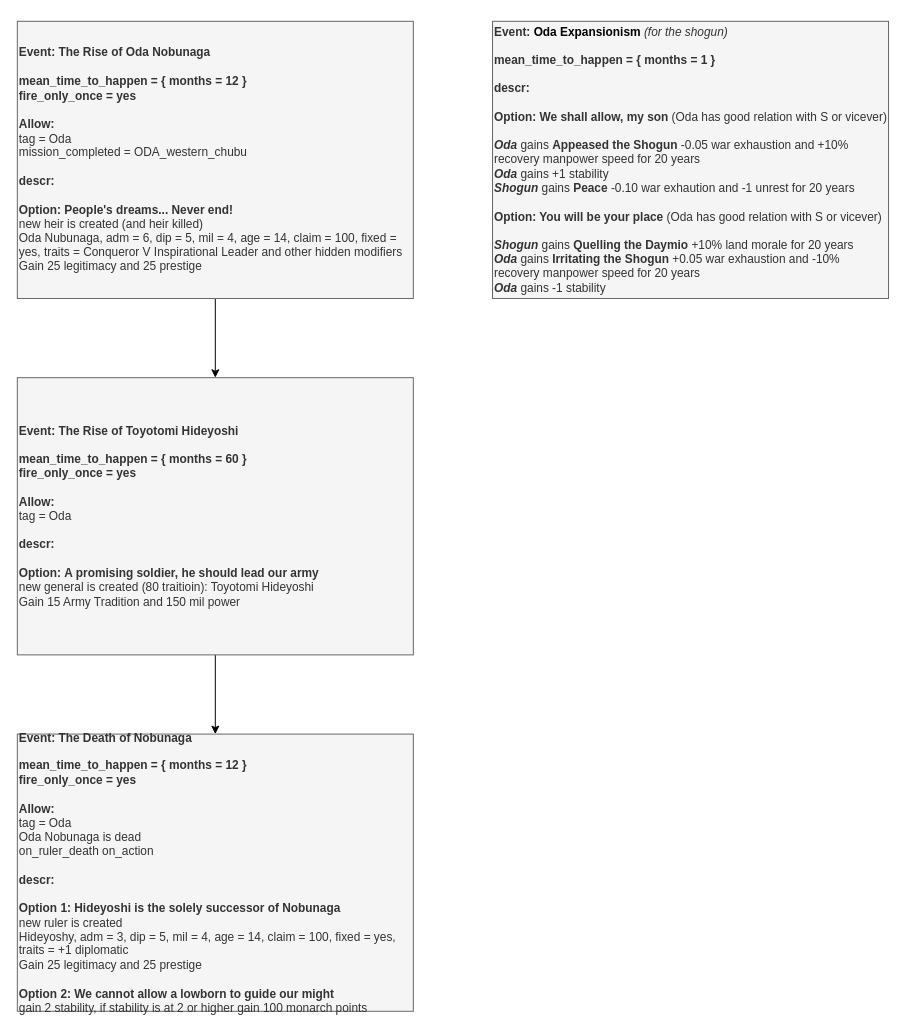
This is page "Events" (2 of 2) of Oda/Oda 0.6.drawio from Melvasul/Missions-Expanded, a draw.io file, before an edit. Source tidied: cells renumbered, new cells numbered last; positions are measured from the earlier drawing's top-left corner, leaving out a move shared by most shapes. Both pictures are drawn from the tidied source at 99%, with x=0, y=0 at pixel (17, 21).
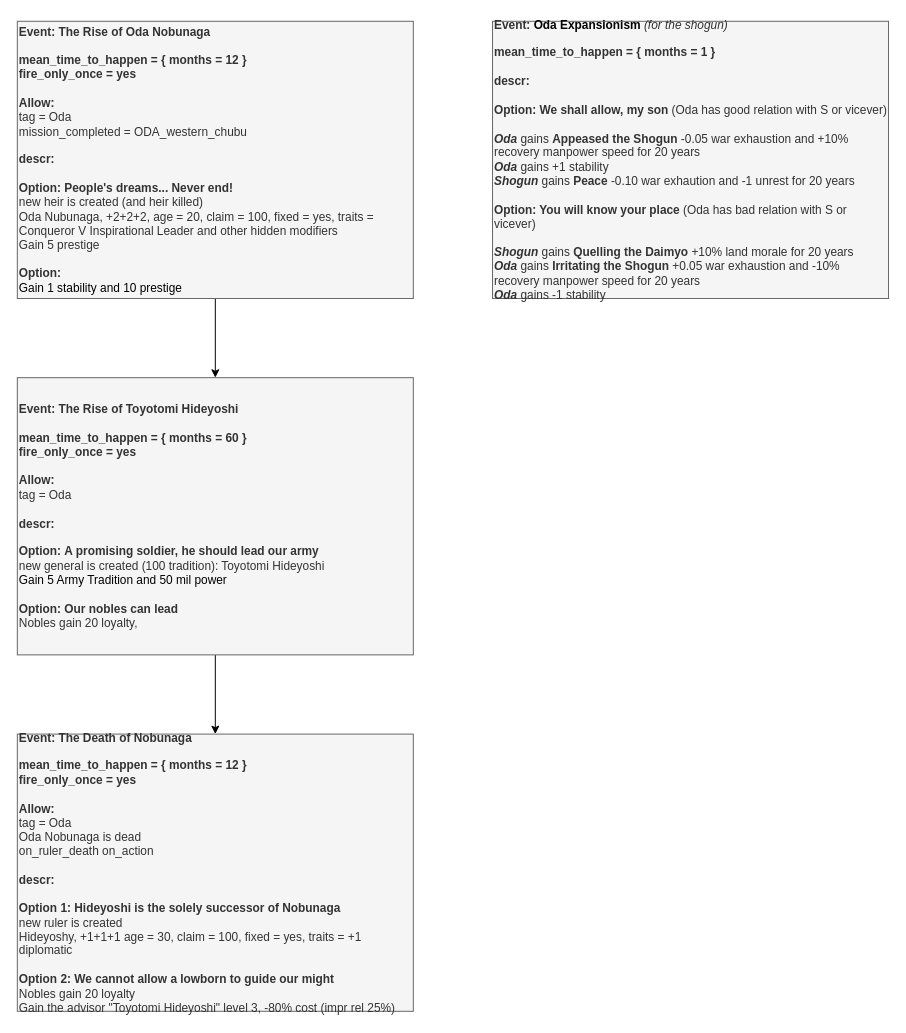
The same page after the edit.

The edit, as a diff of the source:
```diff
@@
 <mxGraphModel>
   <root>
     <mxCell id="0" />
     <mxCell id="1" parent="0" />
     <mxCell id="2" style="edgeStyle=orthogonalEdgeStyle;rounded=1;jettySize=auto;html=1;" parent="1" edge="1" source="3" target="6">
       <mxGeometry relative="1" as="geometry" />
     </mxCell>
-    <mxCell id="3" value="&lt;div&gt;&lt;b&gt;Event: The Rise of Oda Nobunaga&lt;/b&gt;&lt;/div&gt;&lt;div&gt;&lt;b&gt;&lt;br&gt;&lt;/b&gt;&lt;/div&gt;&lt;div&gt;&lt;b&gt;mean_time_to_happen = {&amp;nbsp;&lt;/b&gt;&lt;b&gt;months = 12&amp;nbsp;&lt;/b&gt;&lt;b&gt;&lt;span&gt;}&lt;/span&gt;&lt;/b&gt;&lt;/div&gt;&lt;div&gt;&lt;b&gt;fire_only_once = yes&lt;/b&gt;&lt;br&gt;&lt;/div&gt;&lt;div&gt;&lt;b&gt;&lt;br&gt;&lt;/b&gt;&lt;/div&gt;&lt;div&gt;&lt;b&gt;Allow:&lt;/b&gt;&lt;/div&gt;&lt;div&gt;tag = Oda&lt;/div&gt;&lt;div&gt;mission_completed = ODA_western_chubu&lt;/div&gt;&lt;div&gt;&lt;b&gt;&lt;br&gt;descr:&lt;/b&gt;&lt;/div&gt;&lt;div&gt;&lt;div align=&quot;left&quot;&gt;&lt;br&gt;&lt;/div&gt;&lt;div align=&quot;left&quot;&gt;&lt;b&gt;Option:&amp;nbsp;&lt;/b&gt;&lt;span&gt;&lt;b&gt;People's dreams... Never end!&lt;/b&gt;&lt;/span&gt;&lt;/div&gt;&lt;/div&gt;&lt;div align=&quot;left&quot;&gt;new heir is created (and heir killed)&lt;/div&gt;&lt;div align=&quot;left&quot;&gt;Oda Nubunaga, adm = 6, dip = 5, mil = 4, age = 14, claim = 100, fixed = yes, traits = Conqueror V Inspirational Leader and other hidden modifiers&lt;/div&gt;&lt;div align=&quot;left&quot;&gt;Gain 25 legitimacy and 25 prestige&lt;/div&gt;" style="rounded=0;whiteSpace=wrap;html=1;align=left;fillColor=#f5f5f5;strokeColor=#666666;fontColor=#333333;" parent="1" vertex="1">
+    <mxCell id="3" value="&lt;div&gt;&lt;b&gt;Event: The Rise of Oda Nobunaga&lt;/b&gt;&lt;/div&gt;&lt;div&gt;&lt;b&gt;&lt;br&gt;&lt;/b&gt;&lt;/div&gt;&lt;div&gt;&lt;b&gt;mean_time_to_happen = {&amp;nbsp;&lt;/b&gt;&lt;b&gt;months = 12&amp;nbsp;&lt;/b&gt;&lt;b&gt;&lt;span&gt;}&lt;/span&gt;&lt;/b&gt;&lt;/div&gt;&lt;div&gt;&lt;b&gt;fire_only_once = yes&lt;/b&gt;&lt;br&gt;&lt;/div&gt;&lt;div&gt;&lt;b&gt;&lt;br&gt;&lt;/b&gt;&lt;/div&gt;&lt;div&gt;&lt;b&gt;Allow:&lt;/b&gt;&lt;/div&gt;&lt;div&gt;tag = Oda&lt;/div&gt;&lt;div&gt;mission_completed = ODA_western_chubu&lt;/div&gt;&lt;div&gt;&lt;b&gt;&lt;br&gt;descr:&lt;/b&gt;&lt;/div&gt;&lt;div&gt;&lt;div align=&quot;left&quot;&gt;&lt;br&gt;&lt;/div&gt;&lt;div align=&quot;left&quot;&gt;&lt;b&gt;Option:&amp;nbsp;&lt;/b&gt;&lt;span&gt;&lt;b&gt;People's dreams... Never end!&lt;/b&gt;&lt;/span&gt;&lt;/div&gt;&lt;/div&gt;&lt;div align=&quot;left&quot;&gt;new heir is created (and heir killed)&lt;/div&gt;&lt;div align=&quot;left&quot;&gt;Oda Nubunaga, +2+2+2, age = 20, claim = 100, fixed = yes, traits = Conqueror V Inspirational Leader and other hidden modifiers&lt;/div&gt;&lt;div align=&quot;left&quot;&gt;Gain 5 prestige&lt;/div&gt;&lt;div align=&quot;left&quot;&gt;&lt;br&gt;&lt;/div&gt;&lt;div align=&quot;left&quot;&gt;&lt;b&gt;Option:&lt;/b&gt;&lt;/div&gt;&lt;div align=&quot;left&quot;&gt;&lt;font color=&quot;#000000&quot;&gt;Gain 1 stability and 10 prestige&lt;/font&gt;&lt;/div&gt;" style="rounded=0;whiteSpace=wrap;html=1;align=left;fillColor=#f5f5f5;strokeColor=#666666;fontColor=#333333;" parent="1" vertex="1">
       <mxGeometry width="400" height="280" as="geometry" />
     </mxCell>
-    <mxCell id="4" value="&lt;div&gt;&lt;b&gt;Event:&amp;nbsp;&lt;/b&gt;&lt;span style=&quot;color: rgb(0 , 0 , 0) ; font-weight: 700&quot;&gt;Oda Expansionism&amp;nbsp;&lt;/span&gt;&lt;i&gt;(for the shogun)&lt;/i&gt;&lt;/div&gt;&lt;div&gt;&lt;b&gt;&lt;br&gt;&lt;/b&gt;&lt;/div&gt;&lt;div&gt;&lt;b&gt;mean_time_to_happen = {&amp;nbsp;&lt;/b&gt;&lt;b&gt;months = 1&amp;nbsp;&lt;/b&gt;&lt;b&gt;&lt;span&gt;}&lt;/span&gt;&lt;/b&gt;&lt;/div&gt;&lt;div&gt;&lt;br&gt;&lt;/div&gt;&lt;div&gt;&lt;b&gt;descr:&lt;/b&gt;&lt;/div&gt;&lt;div&gt;&lt;div align=&quot;left&quot;&gt;&lt;br&gt;&lt;/div&gt;&lt;div align=&quot;left&quot;&gt;&lt;b&gt;Option:&amp;nbsp;&lt;/b&gt;&lt;span&gt;&lt;b&gt;We shall allow,&amp;nbsp;my son&amp;nbsp;&lt;/b&gt;&lt;/span&gt;&lt;span&gt;(Oda has good relation with S or vicever)&lt;/span&gt;&lt;/div&gt;&lt;/div&gt;&lt;div align=&quot;left&quot;&gt;&lt;b&gt;&lt;i&gt;&lt;br&gt;&lt;/i&gt;&lt;/b&gt;&lt;/div&gt;&lt;div align=&quot;left&quot;&gt;&lt;b&gt;&lt;i&gt;Oda&lt;/i&gt;&lt;/b&gt;&lt;span&gt; gains &lt;/span&gt;&lt;b&gt;Appeased the Shogun&lt;/b&gt;&lt;span&gt;&amp;nbsp;-0.05 war exhaustion and +10% recovery manpower speed for 20 years&lt;/span&gt;&lt;br&gt;&lt;/div&gt;&lt;div align=&quot;left&quot;&gt;&lt;i style=&quot;font-weight: bold&quot;&gt;Oda&lt;/i&gt;&amp;nbsp;gains +1 stability&lt;/div&gt;&lt;div align=&quot;left&quot;&gt;&lt;b&gt;&lt;i&gt;Shogun&lt;/i&gt;&lt;/b&gt; gains &lt;b&gt;Peace &lt;/b&gt;-0.10 war exhaution and -1 unrest for 20 years&lt;/div&gt;&lt;div align=&quot;left&quot;&gt;&lt;br&gt;&lt;/div&gt;&lt;b&gt;Option: You will be your place &lt;/b&gt;(Oda has good relation with S or vicever)&lt;br&gt;&lt;br&gt;&lt;div align=&quot;left&quot;&gt;&lt;/div&gt;&lt;div align=&quot;left&quot;&gt;&lt;b&gt;&lt;i&gt;Shogun&lt;/i&gt;&lt;/b&gt;&lt;span&gt; gains &lt;/span&gt;&lt;b&gt;Quelling the Daymio&lt;/b&gt;&lt;span&gt;&amp;nbsp;+10% land morale for 20 years&lt;/span&gt;&lt;br&gt;&lt;/div&gt;&lt;div align=&quot;left&quot;&gt;&lt;b&gt;&lt;i&gt;Oda&lt;/i&gt;&lt;/b&gt; gains&amp;nbsp;&lt;b&gt;Irritating the Shogun&lt;/b&gt;&amp;nbsp;+0.05 war exhaustion and -10% recovery manpower speed for 20 years&lt;br&gt;&lt;/div&gt;&lt;div align=&quot;left&quot;&gt;&lt;b style=&quot;font-style: italic&quot;&gt;Oda&lt;/b&gt;&amp;nbsp;gains -1 stability&lt;/div&gt;" style="rounded=0;whiteSpace=wrap;html=1;align=left;fillColor=#f5f5f5;strokeColor=#666666;fontColor=#333333;" parent="1" vertex="1">
+    <mxCell id="4" value="&lt;div&gt;&lt;b&gt;Event:&amp;nbsp;&lt;/b&gt;&lt;span style=&quot;color: rgb(0 , 0 , 0) ; font-weight: 700&quot;&gt;Oda Expansionism&amp;nbsp;&lt;/span&gt;&lt;i&gt;(for the shogun)&lt;/i&gt;&lt;/div&gt;&lt;div&gt;&lt;b&gt;&lt;br&gt;&lt;/b&gt;&lt;/div&gt;&lt;div&gt;&lt;b&gt;mean_time_to_happen = {&amp;nbsp;&lt;/b&gt;&lt;b&gt;months = 1&amp;nbsp;&lt;/b&gt;&lt;b&gt;&lt;span&gt;}&lt;/span&gt;&lt;/b&gt;&lt;/div&gt;&lt;div&gt;&lt;br&gt;&lt;/div&gt;&lt;div&gt;&lt;b&gt;descr:&lt;/b&gt;&lt;/div&gt;&lt;div&gt;&lt;div align=&quot;left&quot;&gt;&lt;br&gt;&lt;/div&gt;&lt;div align=&quot;left&quot;&gt;&lt;b&gt;Option:&amp;nbsp;&lt;/b&gt;&lt;span&gt;&lt;b&gt;We shall allow,&amp;nbsp;my son&amp;nbsp;&lt;/b&gt;&lt;/span&gt;&lt;span&gt;(Oda has good relation with S or vicever)&lt;/span&gt;&lt;/div&gt;&lt;/div&gt;&lt;div align=&quot;left&quot;&gt;&lt;b&gt;&lt;i&gt;&lt;br&gt;&lt;/i&gt;&lt;/b&gt;&lt;/div&gt;&lt;div align=&quot;left&quot;&gt;&lt;b&gt;&lt;i&gt;Oda&lt;/i&gt;&lt;/b&gt;&lt;span&gt; gains &lt;/span&gt;&lt;b&gt;Appeased the Shogun&lt;/b&gt;&lt;span&gt;&amp;nbsp;-0.05 war exhaustion and +10% recovery manpower speed for 20 years&lt;/span&gt;&lt;br&gt;&lt;/div&gt;&lt;div align=&quot;left&quot;&gt;&lt;i style=&quot;font-weight: bold&quot;&gt;Oda&lt;/i&gt;&amp;nbsp;gains +1 stability&lt;/div&gt;&lt;div align=&quot;left&quot;&gt;&lt;b&gt;&lt;i&gt;Shogun&lt;/i&gt;&lt;/b&gt; gains &lt;b&gt;Peace &lt;/b&gt;-0.10 war exhaution and -1 unrest for 20 years&lt;/div&gt;&lt;div align=&quot;left&quot;&gt;&lt;br&gt;&lt;/div&gt;&lt;b&gt;Option: You will know your place &lt;/b&gt;(Oda has bad relation with S or vicever)&lt;br&gt;&lt;br&gt;&lt;div align=&quot;left&quot;&gt;&lt;/div&gt;&lt;div align=&quot;left&quot;&gt;&lt;b&gt;&lt;i&gt;Shogun&lt;/i&gt;&lt;/b&gt;&lt;span&gt; gains &lt;/span&gt;&lt;b&gt;Quelling the Daimyo&lt;/b&gt;&lt;span&gt;&amp;nbsp;+10% land morale for 20 years&lt;/span&gt;&lt;br&gt;&lt;/div&gt;&lt;div align=&quot;left&quot;&gt;&lt;b&gt;&lt;i&gt;Oda&lt;/i&gt;&lt;/b&gt; gains&amp;nbsp;&lt;b&gt;Irritating the Shogun&lt;/b&gt;&amp;nbsp;+0.05 war exhaustion and -10% recovery manpower speed for 20 years&lt;br&gt;&lt;/div&gt;&lt;div align=&quot;left&quot;&gt;&lt;b style=&quot;font-style: italic&quot;&gt;Oda&lt;/b&gt;&amp;nbsp;gains -1 stability&lt;/div&gt;" style="rounded=0;whiteSpace=wrap;html=1;align=left;fillColor=#f5f5f5;strokeColor=#666666;fontColor=#333333;" parent="1" vertex="1">
       <mxGeometry x="480" width="400" height="280" as="geometry" />
     </mxCell>
     <mxCell id="5" style="edgeStyle=orthogonalEdgeStyle;rounded=1;jettySize=auto;html=1;" parent="1" edge="1" source="6" target="7">
       <mxGeometry relative="1" as="geometry" />
     </mxCell>
-    <mxCell id="6" value="&lt;div&gt;&lt;b&gt;Event: The Rise of Toyotomi Hideyoshi&lt;/b&gt;&lt;/div&gt;&lt;div&gt;&lt;b&gt;&lt;br&gt;&lt;/b&gt;&lt;/div&gt;&lt;div&gt;&lt;b&gt;mean_time_to_happen = {&amp;nbsp;&lt;/b&gt;&lt;b&gt;months = 60&amp;nbsp;&lt;/b&gt;&lt;b&gt;&lt;span&gt;}&lt;/span&gt;&lt;/b&gt;&lt;/div&gt;&lt;div&gt;&lt;b&gt;fire_only_once = yes&lt;/b&gt;&lt;br&gt;&lt;/div&gt;&lt;div&gt;&lt;b&gt;&lt;br&gt;&lt;/b&gt;&lt;/div&gt;&lt;div&gt;&lt;b&gt;Allow:&lt;/b&gt;&lt;/div&gt;&lt;div&gt;tag = Oda&lt;/div&gt;&lt;div&gt;&lt;b&gt;&lt;br&gt;descr:&lt;/b&gt;&lt;/div&gt;&lt;div&gt;&lt;div align=&quot;left&quot;&gt;&lt;br&gt;&lt;/div&gt;&lt;div align=&quot;left&quot;&gt;&lt;b&gt;Option:&amp;nbsp;&lt;/b&gt;&lt;span&gt;&lt;b&gt;A promising soldier, he should lead our army&lt;/b&gt;&lt;/span&gt;&lt;/div&gt;&lt;/div&gt;&lt;div align=&quot;left&quot;&gt;new general is created (80 traitioin): Toyotomi Hideyoshi&lt;/div&gt;&lt;div align=&quot;left&quot;&gt;Gain 15 Army Tradition and 150 mil power&lt;/div&gt;" style="rounded=0;whiteSpace=wrap;html=1;align=left;fillColor=#f5f5f5;strokeColor=#666666;fontColor=#333333;" parent="1" vertex="1">
+    <mxCell id="6" value="&lt;div&gt;&lt;b&gt;Event: The Rise of Toyotomi Hideyoshi&lt;/b&gt;&lt;/div&gt;&lt;div&gt;&lt;b&gt;&lt;br&gt;&lt;/b&gt;&lt;/div&gt;&lt;div&gt;&lt;b&gt;mean_time_to_happen = {&amp;nbsp;&lt;/b&gt;&lt;b&gt;months = 60&amp;nbsp;&lt;/b&gt;&lt;b&gt;&lt;span&gt;}&lt;/span&gt;&lt;/b&gt;&lt;/div&gt;&lt;div&gt;&lt;b&gt;fire_only_once = yes&lt;/b&gt;&lt;br&gt;&lt;/div&gt;&lt;div&gt;&lt;b&gt;&lt;br&gt;&lt;/b&gt;&lt;/div&gt;&lt;div&gt;&lt;b&gt;Allow:&lt;/b&gt;&lt;/div&gt;&lt;div&gt;tag = Oda&lt;/div&gt;&lt;div&gt;&lt;b&gt;&lt;br&gt;descr:&lt;/b&gt;&lt;/div&gt;&lt;div&gt;&lt;div align=&quot;left&quot;&gt;&lt;br&gt;&lt;/div&gt;&lt;div align=&quot;left&quot;&gt;&lt;b&gt;Option:&amp;nbsp;&lt;/b&gt;&lt;span&gt;&lt;b&gt;A promising soldier, he should lead our army&lt;/b&gt;&lt;/span&gt;&lt;/div&gt;&lt;/div&gt;&lt;div align=&quot;left&quot;&gt;new general is created (100 tradition): Toyotomi Hideyoshi&lt;/div&gt;&lt;div align=&quot;left&quot;&gt;&lt;font color=&quot;#000000&quot;&gt;Gain 5 Army Tradition and 50 mil power&lt;/font&gt;&lt;/div&gt;&lt;div align=&quot;left&quot;&gt;&lt;br&gt;&lt;/div&gt;&lt;div align=&quot;left&quot;&gt;&lt;b&gt;Option:&lt;/b&gt;&amp;nbsp;&lt;b&gt;Our nobles can lead&amp;nbsp;&lt;/b&gt;&lt;/div&gt;&lt;div align=&quot;left&quot;&gt;Nobles gain 20 loyalty,&amp;nbsp;&lt;/div&gt;" style="rounded=0;whiteSpace=wrap;html=1;align=left;fillColor=#f5f5f5;strokeColor=#666666;fontColor=#333333;" parent="1" vertex="1">
       <mxGeometry y="360" width="400" height="280" as="geometry" />
     </mxCell>
-    <mxCell id="7" value="&lt;div&gt;&lt;b&gt;Event: The Death of Nobunaga&lt;/b&gt;&lt;/div&gt;&lt;div&gt;&lt;b&gt;&lt;br&gt;&lt;/b&gt;&lt;/div&gt;&lt;div&gt;&lt;b&gt;mean_time_to_happen = {&amp;nbsp;&lt;/b&gt;&lt;b&gt;months = 12&amp;nbsp;&lt;/b&gt;&lt;b&gt;&lt;span&gt;}&lt;/span&gt;&lt;/b&gt;&lt;/div&gt;&lt;div&gt;&lt;b&gt;fire_only_once = yes&lt;/b&gt;&lt;br&gt;&lt;/div&gt;&lt;div&gt;&lt;b&gt;&lt;br&gt;&lt;/b&gt;&lt;/div&gt;&lt;div&gt;&lt;b&gt;Allow:&lt;/b&gt;&lt;/div&gt;&lt;div&gt;tag = Oda&lt;/div&gt;&lt;div&gt;Oda Nobunaga is dead&lt;/div&gt;&lt;div&gt;on_ruler_death on_action&amp;nbsp;&lt;br&gt;&lt;/div&gt;&lt;div&gt;&lt;b&gt;&lt;br&gt;descr:&lt;/b&gt;&lt;/div&gt;&lt;div&gt;&lt;div align=&quot;left&quot;&gt;&lt;br&gt;&lt;/div&gt;&lt;div align=&quot;left&quot;&gt;&lt;b&gt;Option 1:&amp;nbsp;&lt;/b&gt;&lt;span&gt;&lt;b&gt;Hideyoshi is the solely successor of Nobunaga&lt;/b&gt;&lt;/span&gt;&lt;/div&gt;&lt;/div&gt;&lt;div align=&quot;left&quot;&gt;new ruler is created&lt;/div&gt;&lt;div align=&quot;left&quot;&gt;Hideyoshy, adm = 3, dip = 5, mil = 4, age = 14, claim = 100, fixed = yes, traits = +1 diplomatic&lt;/div&gt;&lt;div align=&quot;left&quot;&gt;Gain 25 legitimacy and 25 prestige&lt;/div&gt;&lt;div align=&quot;left&quot;&gt;&lt;br&gt;&lt;/div&gt;&lt;div align=&quot;left&quot;&gt;&lt;b&gt;Option 2: We cannot allow a lowborn to guide our might&lt;/b&gt;&lt;/div&gt;&lt;div align=&quot;left&quot;&gt;gain 2 stability, if stability is at 2 or higher gain 100 monarch points&lt;/div&gt;" style="rounded=0;whiteSpace=wrap;html=1;align=left;fillColor=#f5f5f5;strokeColor=#666666;fontColor=#333333;" parent="1" vertex="1">
+    <mxCell id="7" value="&lt;div&gt;&lt;b&gt;Event: The Death of Nobunaga&lt;/b&gt;&lt;/div&gt;&lt;div&gt;&lt;b&gt;&lt;br&gt;&lt;/b&gt;&lt;/div&gt;&lt;div&gt;&lt;b&gt;mean_time_to_happen = {&amp;nbsp;&lt;/b&gt;&lt;b&gt;months = 12&amp;nbsp;&lt;/b&gt;&lt;b&gt;&lt;span&gt;}&lt;/span&gt;&lt;/b&gt;&lt;/div&gt;&lt;div&gt;&lt;b&gt;fire_only_once = yes&lt;/b&gt;&lt;br&gt;&lt;/div&gt;&lt;div&gt;&lt;b&gt;&lt;br&gt;&lt;/b&gt;&lt;/div&gt;&lt;div&gt;&lt;b&gt;Allow:&lt;/b&gt;&lt;/div&gt;&lt;div&gt;tag = Oda&lt;/div&gt;&lt;div&gt;Oda Nobunaga is dead&lt;/div&gt;&lt;div&gt;on_ruler_death on_action&amp;nbsp;&lt;br&gt;&lt;/div&gt;&lt;div&gt;&lt;b&gt;&lt;br&gt;descr:&lt;/b&gt;&lt;/div&gt;&lt;div&gt;&lt;div align=&quot;left&quot;&gt;&lt;br&gt;&lt;/div&gt;&lt;div align=&quot;left&quot;&gt;&lt;b&gt;Option 1:&amp;nbsp;&lt;/b&gt;&lt;span&gt;&lt;b&gt;Hideyoshi is the solely successor of Nobunaga&lt;/b&gt;&lt;/span&gt;&lt;/div&gt;&lt;/div&gt;&lt;div align=&quot;left&quot;&gt;new ruler is created&lt;/div&gt;&lt;div align=&quot;left&quot;&gt;Hideyoshy, +1+1+1 age = 30, claim = 100, fixed = yes, traits = +1 diplomatic&lt;/div&gt;&lt;div align=&quot;left&quot;&gt;&lt;br&gt;&lt;/div&gt;&lt;div align=&quot;left&quot;&gt;&lt;b&gt;Option 2: We cannot allow a lowborn to guide our might&lt;/b&gt;&lt;/div&gt;&lt;div align=&quot;left&quot;&gt;Nobles gain 20 loyalty&lt;/div&gt;&lt;div align=&quot;left&quot;&gt;Gain the advisor &quot;Toyotomi Hideyoshi&quot; level 3, -80% cost (impr rel 25%)&lt;/div&gt;" style="rounded=0;whiteSpace=wrap;html=1;align=left;fillColor=#f5f5f5;strokeColor=#666666;fontColor=#333333;" parent="1" vertex="1">
       <mxGeometry y="720" width="400" height="280" as="geometry" />
     </mxCell>
   </root>
 </mxGraphModel>
```
